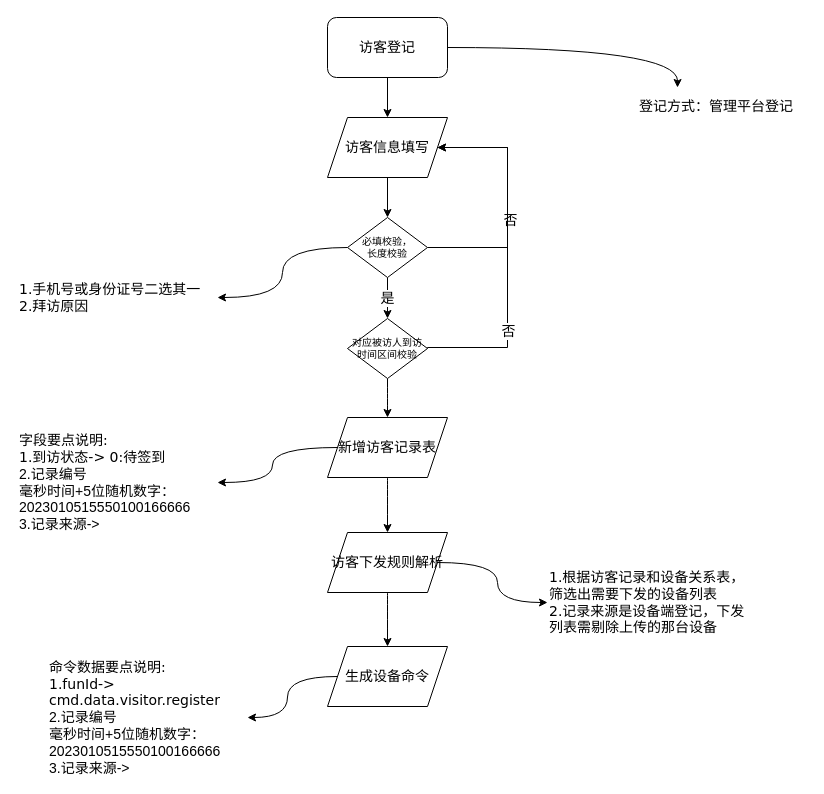
The draw.io diagram page "访客登记细化-管理平台登记" (3 of 7) of 访客功能-线下平台和设备交互流程.drawio in chwnjianhui/draw.io, before the edit. Source tidied: cells renumbered, new cells numbered last; positions are measured from the earlier drawing's top-left corner, leaving out a move shared by most shapes. Both pictures are drawn from the tidied source at 100%, with x=0, y=0 at pixel (17, 17).
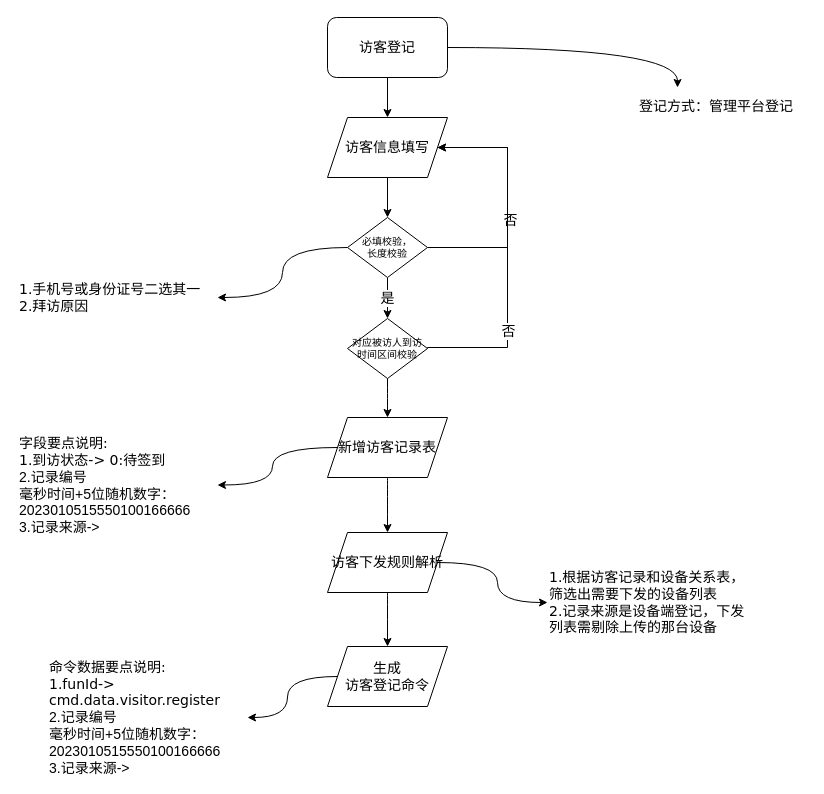
After the change.

Change to the diagram source:
```diff
@@
     <mxCell id="20" value="&lt;font face=&quot;Verdana&quot;&gt;字段要点说明:&lt;/font&gt;&lt;br&gt;&lt;font face=&quot;Verdana&quot;&gt;1.到访状态-&amp;gt; 0:待签到&lt;br&gt;&lt;/font&gt;2.记录编号&lt;br&gt;毫秒时间+5位随机数字：2023010515550100166666&lt;br&gt;3.记录来源-&amp;gt;" style="text;html=1;strokeColor=none;fillColor=none;align=left;verticalAlign=middle;whiteSpace=wrap;rounded=0;fontSize=14;" parent="1" vertex="1">
-      <mxGeometry y="410" width="200" height="110" as="geometry" />
+      <mxGeometry y="410" width="200" height="115" as="geometry" />
     </mxCell>
@@
-    <mxCell id="25" value="生成设备命令" style="shape=parallelogram;perimeter=parallelogramPerimeter;whiteSpace=wrap;html=1;fixedSize=1;fontSize=14;fillColor=#FFFFFF;" parent="1" vertex="1">
+    <mxCell id="25" value="生成&lt;br&gt;访客登记命令" style="shape=parallelogram;perimeter=parallelogramPerimeter;whiteSpace=wrap;html=1;fixedSize=1;fontSize=14;fillColor=#FFFFFF;" parent="1" vertex="1">
       <mxGeometry x="310" y="629" width="120" height="60" as="geometry" />
     </mxCell>
```
